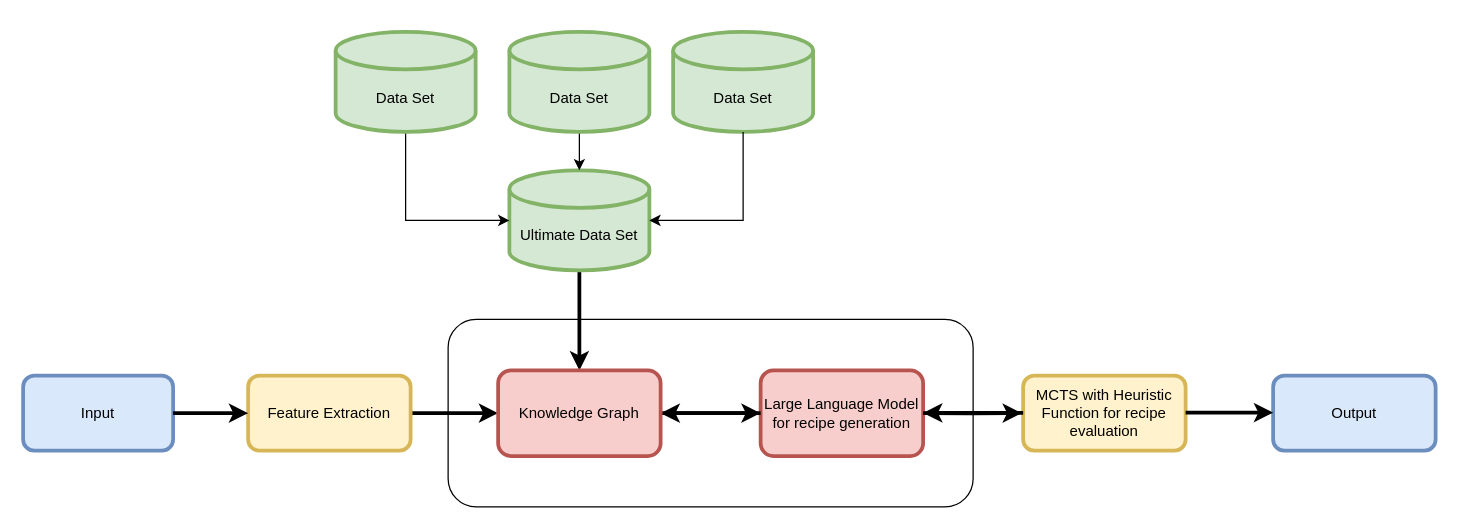
Earlier version of the draw.io diagram Model.drawio (MonaJea-Ng/Projects). Source tidied: cells renumbered, new cells numbered last; positions are measured from the earlier drawing's top-left corner, leaving out a move shared by most shapes. Both pictures are drawn from the tidied source at 125%, with x=0, y=0 at pixel (22, 31).
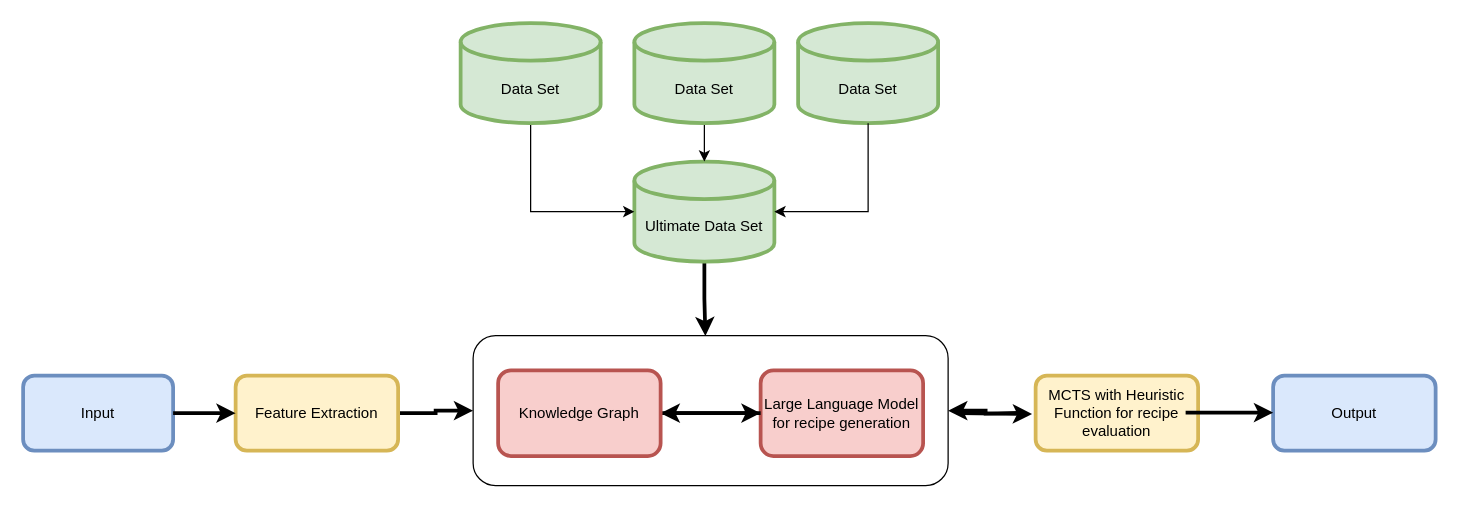
Above is the later version.

The change refers to these unchanged cells:
```xml
<mxCell id="11" value="Large Language Model for recipe generation" style="rounded=1;whiteSpace=wrap;html=1;strokeWidth=3;fillColor=#f8cecc;strokeColor=#b85450;" parent="1" vertex="1">
  <mxGeometry x="590" y="270.8" width="130" height="68.5" as="geometry" />
</mxCell>
<mxCell id="14" value="Knowledge Graph" style="rounded=1;whiteSpace=wrap;html=1;strokeWidth=3;fillColor=#f8cecc;strokeColor=#b85450;" parent="1" vertex="1">
  <mxGeometry x="380" y="270.8" width="130" height="68.5" as="geometry" />
</mxCell>
```

The edit, as a diff of the source:
```diff
@@
     <mxCell id="2" style="rounded=1;whiteSpace=wrap;html=1;" parent="1" vertex="1">
-      <mxGeometry x="340" y="230" width="420" height="150" as="geometry" />
+      <mxGeometry x="360" y="243" width="380" height="120" as="geometry" />
     </mxCell>
@@
-    <mxCell id="4" style="edgeStyle=orthogonalEdgeStyle;rounded=0;jettySize=auto;html=1;exitX=1;exitY=0.5;exitDx=0;exitDy=0;entryX=0;entryY=0.5;entryDx=0;entryDy=0;strokeWidth=3;" parent="1" edge="1" source="5" target="14">
+    <mxCell id="4" style="edgeStyle=orthogonalEdgeStyle;rounded=0;jettySize=auto;html=1;exitX=1;exitY=0.5;exitDx=0;exitDy=0;entryX=0;entryY=0.5;entryDx=0;entryDy=0;strokeWidth=3;" parent="1" edge="1" source="5" target="2">
       <mxGeometry relative="1" as="geometry" />
     </mxCell>
     <mxCell id="5" value="Feature Extraction" style="rounded=1;whiteSpace=wrap;html=1;strokeWidth=3;fillColor=#fff2cc;strokeColor=#d6b656;" parent="1" vertex="1">
-      <mxGeometry x="180" y="275" width="130" height="60" as="geometry" />
+      <mxGeometry x="170" y="275" width="130" height="60" as="geometry" />
     </mxCell>
@@
-    <mxCell id="8" style="edgeStyle=orthogonalEdgeStyle;rounded=0;jettySize=auto;html=1;exitX=0.5;exitY=1;exitDx=0;exitDy=0;exitPerimeter=0;entryX=0.5;entryY=0;entryDx=0;entryDy=0;strokeWidth=3;" parent="1" edge="1" source="9">
-      <mxGeometry relative="1" as="geometry">
-        <mxPoint x="445" y="270.8" as="targetPoint" />
-      </mxGeometry>
+    <mxCell id="8" style="edgeStyle=orthogonalEdgeStyle;rounded=0;jettySize=auto;html=1;exitX=0.5;exitY=1;exitDx=0;exitDy=0;exitPerimeter=0;strokeWidth=3;entryX=0.489;entryY=0.003;entryDx=0;entryDy=0;entryPerimeter=0;" parent="1" edge="1" source="9" target="2">
+      <mxGeometry relative="1" as="geometry" />
     </mxCell>
     <mxCell id="9" value="Ultimate Data Set" style="shape=cylinder3;whiteSpace=wrap;html=1;boundedLbl=1;backgroundOutline=1;size=15;strokeWidth=3;fillColor=#d5e8d4;strokeColor=#82b366;" parent="1" vertex="1">
-      <mxGeometry x="389" y="110.8" width="112" height="80" as="geometry" />
+      <mxGeometry x="489" y="103.8" width="112" height="80" as="geometry" />
     </mxCell>
     <mxCell id="10" value="MCTS with Heuristic Function for recipe evaluation" style="rounded=1;whiteSpace=wrap;html=1;strokeWidth=3;fillColor=#fff2cc;strokeColor=#d6b656;" parent="1" vertex="1">
-      <mxGeometry x="800" y="275" width="130" height="60" as="geometry" />
+      <mxGeometry x="810" y="275" width="130" height="60" as="geometry" />
     </mxCell>
@@
     <mxCell id="16" value="Data Set" style="shape=cylinder3;whiteSpace=wrap;html=1;boundedLbl=1;backgroundOutline=1;size=15;strokeWidth=3;fillColor=#d5e8d4;strokeColor=#82b366;" parent="1" vertex="1">
-      <mxGeometry x="250" width="112" height="80" as="geometry" />
+      <mxGeometry x="350" y="-7" width="112" height="80" as="geometry" />
     </mxCell>
@@
     <mxCell id="18" value="Data Set" style="shape=cylinder3;whiteSpace=wrap;html=1;boundedLbl=1;backgroundOutline=1;size=15;strokeWidth=3;fillColor=#d5e8d4;strokeColor=#82b366;" parent="1" vertex="1">
-      <mxGeometry x="389" width="112" height="80" as="geometry" />
+      <mxGeometry x="489" y="-7" width="112" height="80" as="geometry" />
     </mxCell>
     <mxCell id="19" value="Data Set" style="shape=cylinder3;whiteSpace=wrap;html=1;boundedLbl=1;backgroundOutline=1;size=15;strokeWidth=3;fillColor=#d5e8d4;strokeColor=#82b366;" parent="1" vertex="1">
-      <mxGeometry x="520" width="112" height="80" as="geometry" />
+      <mxGeometry x="620" y="-7" width="112" height="80" as="geometry" />
     </mxCell>
@@
-    <mxCell id="21" style="edgeStyle=orthogonalEdgeStyle;rounded=0;orthogonalLoop=1;jettySize=auto;html=1;exitX=0;exitY=0.5;exitDx=0;exitDy=0;strokeWidth=3;entryX=1;entryY=0.5;entryDx=0;entryDy=0;" parent="1" edge="1">
+    <mxCell id="21" style="edgeStyle=orthogonalEdgeStyle;rounded=0;jettySize=auto;html=1;exitX=0;exitY=0.5;exitDx=0;exitDy=0;strokeWidth=3;entryX=1;entryY=0.5;entryDx=0;entryDy=0;" parent="1" edge="1" target="2">
       <mxGeometry relative="1" as="geometry">
         <mxPoint x="800" y="304.8" as="sourcePoint" />
-        <mxPoint x="720" y="304.8" as="targetPoint" />
       </mxGeometry>
     </mxCell>
-    <mxCell id="22" style="edgeStyle=orthogonalEdgeStyle;rounded=0;jettySize=auto;html=1;exitX=1;exitY=0.5;exitDx=0;exitDy=0;strokeWidth=3;" parent="1" edge="1" source="11">
+    <mxCell id="22" style="edgeStyle=orthogonalEdgeStyle;rounded=0;jettySize=auto;html=1;strokeWidth=3;entryX=-0.022;entryY=0.512;entryDx=0;entryDy=0;entryPerimeter=0;" parent="1" edge="1" target="10">
       <mxGeometry relative="1" as="geometry">
-        <mxPoint x="799" y="305" as="targetPoint" />
+        <mxPoint x="750" y="305" as="sourcePoint" />
       </mxGeometry>
     </mxCell>
```
